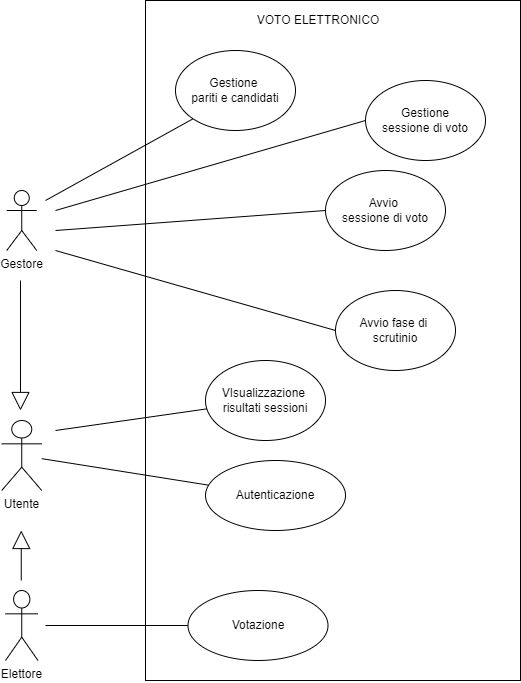
Above: docs/Casi d'uso image.png in gbrsni/votoElettronico (draw.io), before the change. Source tidied: cells renumbered, new cells last; positions are measured from the earlier drawing's top-left corner, leaving out a move shared by most shapes.
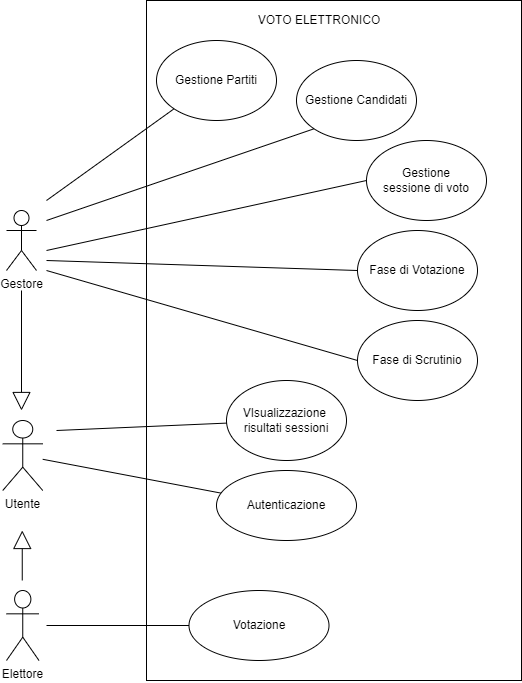
After the change.

Commit message:
divisione casi d'uso partiti e candidati

Diff of the diagram source:
```diff
@@ -15,7 +15,7 @@
       <mxGeometry x="4" y="590" width="32.5" height="70" as="geometry" />
     </mxCell>
     <mxCell id="6" value="Gestore" style="shape=umlActor;verticalLabelPosition=bottom;verticalAlign=top;html=1;" parent="1" vertex="1">
-      <mxGeometry x="5.2" y="190" width="30" height="60" as="geometry" />
+      <mxGeometry x="4" y="210" width="30" height="60" as="geometry" />
     </mxCell>
     <mxCell id="7" style="endArrow=none;html=1;rounded=0;entryX=0;entryY=0.5;entryDx=0;entryDy=0;" parent="1" edge="1" target="15">
       <mxGeometry relative="1" as="geometry">
@@ -23,27 +23,27 @@
       </mxGeometry>
     </mxCell>
     <mxCell id="8" value="Gestione&lt;br&gt;sessione di voto&lt;br&gt;" style="ellipse;whiteSpace=wrap;html=1;" parent="1" vertex="1">
-      <mxGeometry x="364" y="80" width="120" height="80" as="geometry" />
+      <mxGeometry x="364" y="140" width="120" height="80" as="geometry" />
     </mxCell>
-    <mxCell id="9" value="Avvio&amp;nbsp;&lt;br&gt;sessione di voto" style="ellipse;whiteSpace=wrap;html=1;" parent="1" vertex="1">
-      <mxGeometry x="324" y="170" width="120" height="80" as="geometry" />
+    <mxCell id="9" value="Fase di Votazione" style="ellipse;whiteSpace=wrap;html=1;" parent="1" vertex="1">
+      <mxGeometry x="355" y="230" width="120" height="80" as="geometry" />
     </mxCell>
     <mxCell id="10" style="endArrow=none;html=1;rounded=0;exitX=0;exitY=0.5;exitDx=0;exitDy=0;" parent="1" edge="1" source="8">
       <mxGeometry relative="1" as="geometry">
-        <mxPoint x="54" y="210" as="targetPoint" />
+        <mxPoint x="44" y="250" as="targetPoint" />
       </mxGeometry>
     </mxCell>
-    <mxCell id="11" value="Avvio fase di&amp;nbsp;&lt;br&gt;scrutinio" style="ellipse;whiteSpace=wrap;html=1;" parent="1" vertex="1">
-      <mxGeometry x="334" y="290" width="120" height="80" as="geometry" />
+    <mxCell id="11" value="Fase di Scrutinio" style="ellipse;whiteSpace=wrap;html=1;" parent="1" vertex="1">
+      <mxGeometry x="355" y="320" width="120" height="80" as="geometry" />
     </mxCell>
     <mxCell id="12" style="endArrow=none;html=1;rounded=0;entryX=0;entryY=0.5;entryDx=0;entryDy=0;" parent="1" edge="1" target="11">
       <mxGeometry relative="1" as="geometry">
-        <mxPoint x="54" y="250" as="sourcePoint" />
+        <mxPoint x="44" y="270" as="sourcePoint" />
       </mxGeometry>
     </mxCell>
     <mxCell id="13" style="endArrow=block;endSize=16;endFill=0;html=1;rounded=0;" parent="1" edge="1">
       <mxGeometry x="-0.12" y="-30" relative="1" as="geometry">
-        <mxPoint x="19" y="280" as="sourcePoint" />
+        <mxPoint x="19" y="290" as="sourcePoint" />
         <mxPoint x="19" y="410" as="targetPoint" />
       </mxGeometry>
     </mxCell>
@@ -57,32 +57,39 @@
       <mxGeometry x="186.5" y="590" width="140" height="70" as="geometry" />
     </mxCell>
     <mxCell id="16" value="Autenticazione" style="ellipse;whiteSpace=wrap;html=1;fillColor=none;" parent="1" vertex="1">
-      <mxGeometry x="204" y="460" width="140" height="70" as="geometry" />
+      <mxGeometry x="214" y="470" width="140" height="70" as="geometry" />
     </mxCell>
     <mxCell id="17" style="endArrow=none;html=1;rounded=0;" parent="1" edge="1" source="16" target="4">
       <mxGeometry relative="1" as="geometry" />
     </mxCell>
-    <mxCell id="18" value="Gestione&amp;nbsp;&lt;br&gt;pariti e candidati" style="ellipse;whiteSpace=wrap;html=1;" parent="1" vertex="1">
-      <mxGeometry x="174" y="50" width="120" height="80" as="geometry" />
+    <mxCell id="18" value="Gestione Partiti" style="ellipse;whiteSpace=wrap;html=1;" parent="1" vertex="1">
+      <mxGeometry x="154" y="40" width="120" height="80" as="geometry" />
     </mxCell>
     <mxCell id="19" style="endArrow=none;html=1;rounded=0;entryX=0;entryY=1;entryDx=0;entryDy=0;" parent="1" edge="1" target="18">
       <mxGeometry relative="1" as="geometry">
         <mxPoint x="44" y="200" as="sourcePoint" />
       </mxGeometry>
     </mxCell>
-    <mxCell id="20" style="endArrow=none;html=1;rounded=0;" parent="1" edge="1">
+    <mxCell id="20" style="endArrow=none;html=1;rounded=0;entryX=0;entryY=0.5;entryDx=0;entryDy=0;" parent="1" edge="1" target="9">
       <mxGeometry relative="1" as="geometry">
-        <mxPoint x="54" y="230" as="sourcePoint" />
-        <mxPoint x="324" y="210" as="targetPoint" />
+        <mxPoint x="44" y="260" as="sourcePoint" />
       </mxGeometry>
     </mxCell>
     <mxCell id="21" value="VIsualizzazione&amp;nbsp;&lt;br&gt;risultati sessioni&lt;br&gt;" style="ellipse;whiteSpace=wrap;html=1;" parent="1" vertex="1">
-      <mxGeometry x="204" y="360" width="120" height="80" as="geometry" />
+      <mxGeometry x="224" y="380" width="120" height="80" as="geometry" />
     </mxCell>
     <mxCell id="22" style="endArrow=none;html=1;rounded=0;" parent="1" edge="1" target="21">
       <mxGeometry relative="1" as="geometry">
         <mxPoint x="54" y="430" as="sourcePoint" />
       </mxGeometry>
     </mxCell>
+    <mxCell id="23" value="Gestione Candidati" style="ellipse;whiteSpace=wrap;html=1;" parent="1" vertex="1">
+      <mxGeometry x="294" y="60" width="120" height="80" as="geometry" />
+    </mxCell>
+    <mxCell id="24" style="endArrow=none;html=1;rounded=0;exitX=0;exitY=1;exitDx=0;exitDy=0;" parent="1" edge="1" source="23">
+      <mxGeometry relative="1" as="geometry">
+        <mxPoint x="44" y="220" as="targetPoint" />
+      </mxGeometry>
+    </mxCell>
   </root>
 </mxGraphModel>
```
